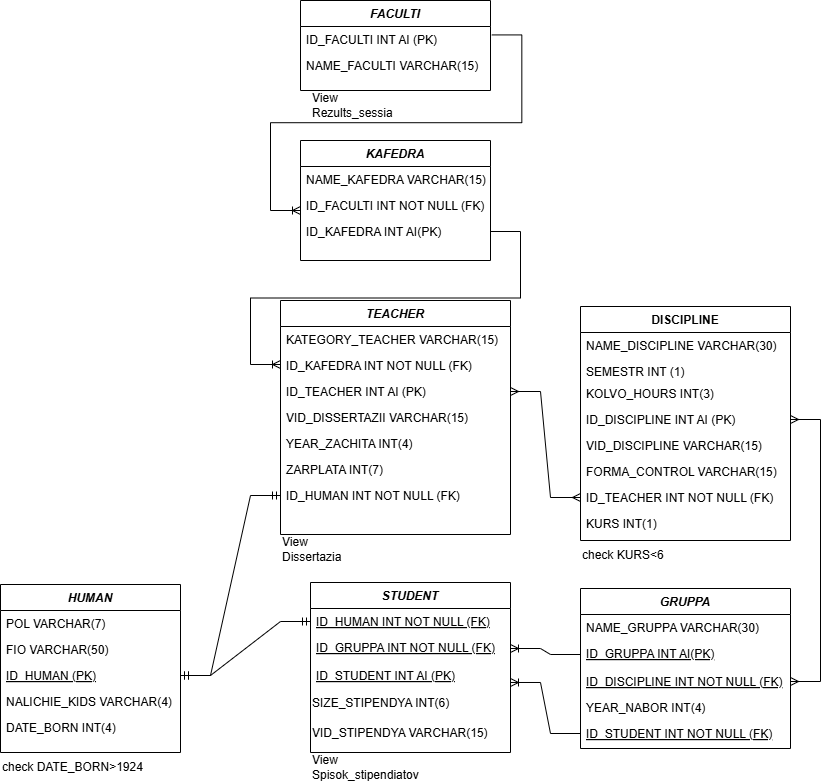
This is laba 3 bd.drawio.png from ksinph/PSTU_LABS_2023, a draw.io export, as it was before one commit. Source tidied: cells renumbered, new cells last; positions are measured from the earlier drawing's top-left corner, leaving out a move shared by most shapes.
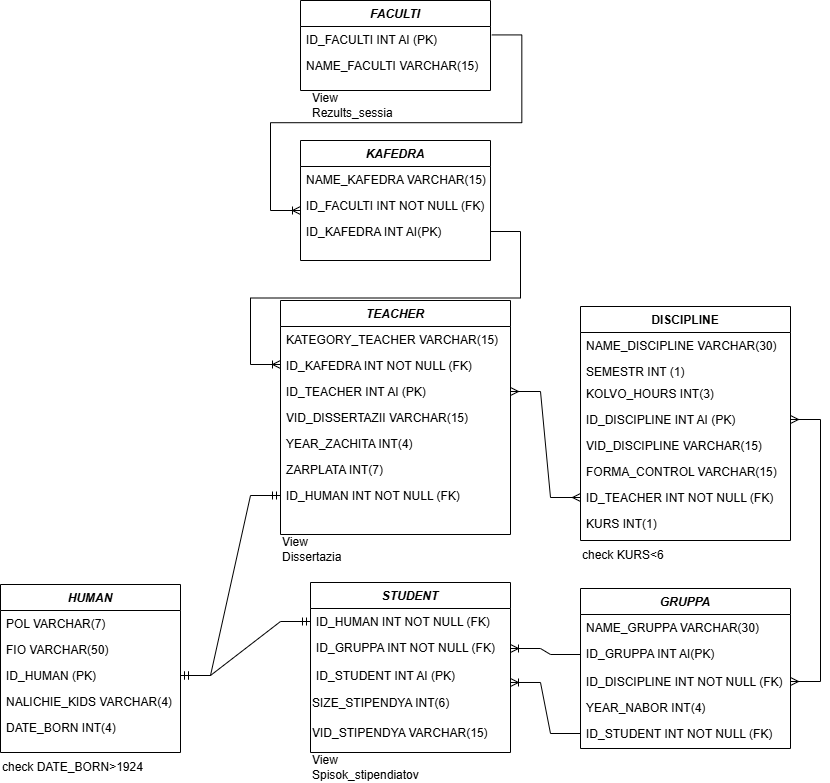
After the change.

Change to the diagram source:
```diff
@@ -27,7 +27,7 @@
     <mxCell id="5" value="FIO VARCHAR(50)" style="text;align=left;verticalAlign=top;spacingLeft=4;spacingRight=4;overflow=hidden;rounded=0;shadow=0;html=0;" parent="3" vertex="1">
       <mxGeometry y="52" width="180" height="26" as="geometry" />
     </mxCell>
-    <mxCell id="6" value="ID_HUMAN (PK)" style="text;align=left;verticalAlign=top;spacingLeft=4;spacingRight=4;overflow=hidden;points=[[0,0.5],[1,0.5]];portConstraint=eastwest;rounded=0;shadow=0;html=0;fontStyle=4;" parent="3" vertex="1">
+    <mxCell id="6" value="ID_HUMAN (PK)" style="text;align=left;verticalAlign=top;spacingLeft=4;spacingRight=4;overflow=hidden;points=[[0,0.5],[1,0.5]];portConstraint=eastwest;rounded=0;shadow=0;html=0;fontStyle=0;" parent="3" vertex="1">
       <mxGeometry y="78" width="180" height="26" as="geometry" />
     </mxCell>
     <mxCell id="7" value="NALICHIE_KIDS VARCHAR(4)" style="text;align=left;verticalAlign=top;spacingLeft=4;spacingRight=4;overflow=hidden;" parent="3" vertex="1">
@@ -69,16 +69,16 @@
     <mxCell id="19" value="NAME_GRUPPA VARCHAR(30)" style="text;align=left;verticalAlign=top;spacingLeft=4;spacingRight=4;overflow=hidden;" parent="18" vertex="1">
       <mxGeometry y="26" width="210" height="26" as="geometry" />
     </mxCell>
-    <mxCell id="20" value="ID_GRUPPA INT AI(PK)" style="text;align=left;verticalAlign=top;spacingLeft=4;spacingRight=4;overflow=hidden;points=[[0,0.5],[1,0.5]];portConstraint=eastwest;fontStyle=4;" parent="18" vertex="1">
+    <mxCell id="20" value="ID_GRUPPA INT AI(PK)" style="text;align=left;verticalAlign=top;spacingLeft=4;spacingRight=4;overflow=hidden;points=[[0,0.5],[1,0.5]];portConstraint=eastwest;fontStyle=0;" parent="18" vertex="1">
       <mxGeometry y="52" width="210" height="28" as="geometry" />
     </mxCell>
-    <mxCell id="21" value="ID_DISCIPLINE INT NOT NULL (FK)" style="text;align=left;verticalAlign=top;spacingLeft=4;spacingRight=4;overflow=hidden;points=[[0,0.5],[1,0.5]];portConstraint=eastwest;fontStyle=4;" parent="18" vertex="1">
+    <mxCell id="21" value="ID_DISCIPLINE INT NOT NULL (FK)" style="text;align=left;verticalAlign=top;spacingLeft=4;spacingRight=4;overflow=hidden;points=[[0,0.5],[1,0.5]];portConstraint=eastwest;fontStyle=0;" parent="18" vertex="1">
       <mxGeometry y="80" width="210" height="26" as="geometry" />
     </mxCell>
     <mxCell id="22" value="YEAR_NABOR INT(4)" style="text;align=left;verticalAlign=top;spacingLeft=4;spacingRight=4;overflow=hidden;" parent="18" vertex="1">
       <mxGeometry y="106" width="210" height="26" as="geometry" />
     </mxCell>
-    <mxCell id="23" value="ID_STUDENT INT NOT NULL (FK)" style="text;align=left;verticalAlign=top;spacingLeft=4;spacingRight=4;overflow=hidden;points=[[0,0.5],[1,0.5]];portConstraint=eastwest;fontStyle=4;" parent="18" vertex="1">
+    <mxCell id="23" value="ID_STUDENT INT NOT NULL (FK)" style="text;align=left;verticalAlign=top;spacingLeft=4;spacingRight=4;overflow=hidden;points=[[0,0.5],[1,0.5]];portConstraint=eastwest;fontStyle=0;" parent="18" vertex="1">
       <mxGeometry y="132" width="210" height="26" as="geometry" />
     </mxCell>
     <mxCell id="24" value="TEACHER" style="swimlane;fontStyle=3;align=center;verticalAlign=top;horizontal=1;startSize=26;rounded=0;shadow=0;strokeWidth=1;" parent="1" vertex="1">
@@ -143,13 +143,13 @@
     <mxCell id="38" value="STUDENT" style="swimlane;fontStyle=3;align=center;verticalAlign=top;horizontal=1;startSize=26;rounded=0;shadow=0;strokeWidth=1;" parent="1" vertex="1">
       <mxGeometry x="310" y="582" width="200" height="170" as="geometry" />
     </mxCell>
-    <mxCell id="39" value="ID_HUMAN INT NOT NULL (FK)" style="text;align=left;verticalAlign=top;spacingLeft=4;spacingRight=4;overflow=hidden;points=[[0,0.5],[1,0.5]];portConstraint=eastwest;rounded=0;shadow=0;html=0;fontStyle=4;" parent="38" vertex="1">
+    <mxCell id="39" value="ID_HUMAN INT NOT NULL (FK)" style="text;align=left;verticalAlign=top;spacingLeft=4;spacingRight=4;overflow=hidden;points=[[0,0.5],[1,0.5]];portConstraint=eastwest;rounded=0;shadow=0;html=0;fontStyle=0;" parent="38" vertex="1">
       <mxGeometry y="26" width="200" height="26" as="geometry" />
     </mxCell>
-    <mxCell id="40" value="ID_GRUPPA INT NOT NULL (FK)" style="text;align=left;verticalAlign=top;spacingLeft=4;spacingRight=4;overflow=hidden;points=[[0,0.5],[1,0.5]];portConstraint=eastwest;fontStyle=4;" parent="38" vertex="1">
+    <mxCell id="40" value="ID_GRUPPA INT NOT NULL (FK)" style="text;align=left;verticalAlign=top;spacingLeft=4;spacingRight=4;overflow=hidden;points=[[0,0.5],[1,0.5]];portConstraint=eastwest;fontStyle=0;" parent="38" vertex="1">
       <mxGeometry y="52" width="200" height="28" as="geometry" />
     </mxCell>
-    <mxCell id="41" value="ID_STUDENT INT AI (PK)" style="text;align=left;verticalAlign=top;spacingLeft=4;spacingRight=4;overflow=hidden;points=[[0,0.5],[1,0.5]];portConstraint=eastwest;fontStyle=4;" parent="38" vertex="1">
+    <mxCell id="41" value="ID_STUDENT INT AI (PK)" style="text;align=left;verticalAlign=top;spacingLeft=4;spacingRight=4;overflow=hidden;points=[[0,0.5],[1,0.5]];portConstraint=eastwest;fontStyle=0;" parent="38" vertex="1">
       <mxGeometry y="80" width="200" height="26" as="geometry" />
     </mxCell>
     <mxCell id="42" value="&lt;span style=&quot;&quot;&gt;SIZE_STIPENDYA INT(6)&lt;/span&gt;" style="text;html=1;align=left;verticalAlign=middle;strokeColor=none;fillColor=none;" parent="38" vertex="1">
```
